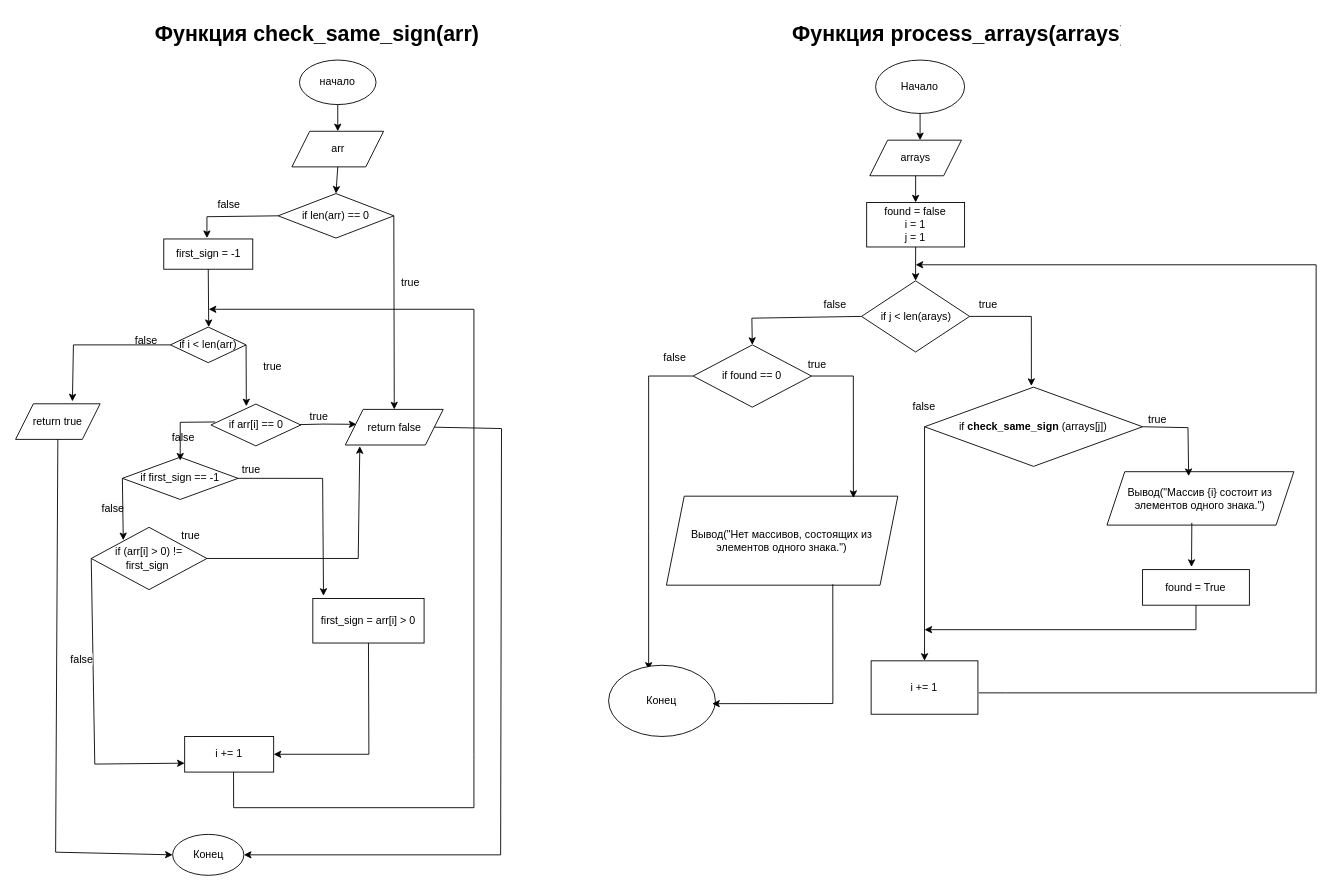
This is page "Диаграммы" (1 of 3) of Диаграммы + графы.drawio from marycheff/ISRPO, a draw.io file, before an edit. Source tidied: cells renumbered, new cells numbered last; positions are measured from the earlier drawing's top-left corner, leaving out a move shared by most shapes. Both pictures are drawn from the tidied source at 89%, with x=0, y=0 at pixel (15, 15).
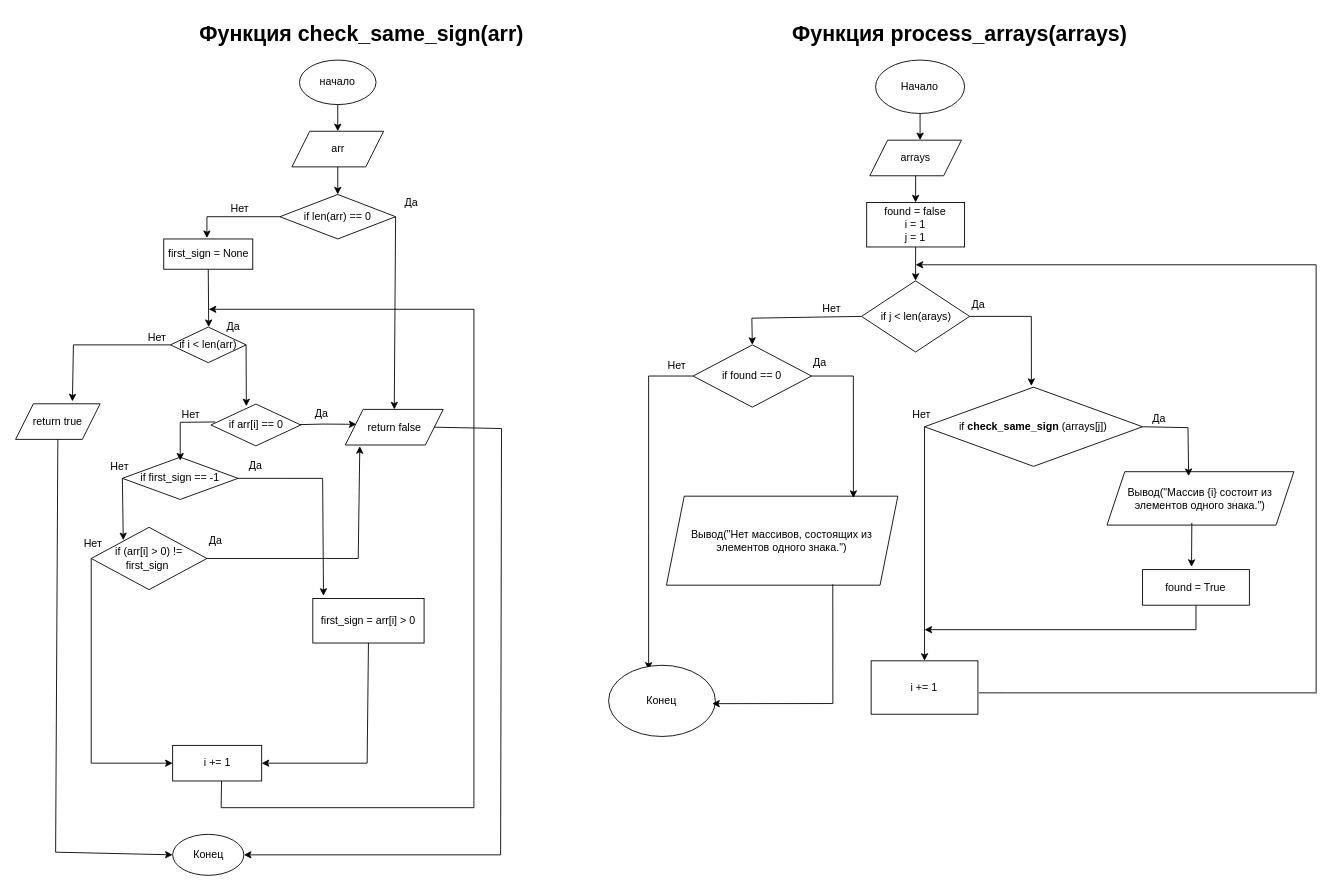
The same diagram, later.

The change refers to these unchanged cells:
```xml
<mxCell id="12" value="first_sign = arr[i] &amp;gt; 0" style="rounded=0;whiteSpace=wrap;html=1;" parent="1" vertex="1">
  <mxGeometry x="334" y="655" width="125" height="50" as="geometry" />
</mxCell>
<mxCell id="13" value="if (arr[i] &amp;gt; 0) != first_sign&amp;nbsp;" style="rhombus;whiteSpace=wrap;html=1;" parent="1" vertex="1">
  <mxGeometry x="85" y="575" width="130" height="70" as="geometry" />
</mxCell>
```

The edit, as a diff of the source:
```diff
@@
     <mxCell id="4" value="if len(arr) == 0" style="rhombus;whiteSpace=wrap;html=1;" parent="1" vertex="1">
-      <mxGeometry x="295" y="200" width="130" height="50" as="geometry" />
+      <mxGeometry x="297" y="201" width="130" height="50" as="geometry" />
     </mxCell>
@@
-    <mxCell id="6" value="true" style="text;html=1;align=center;verticalAlign=middle;whiteSpace=wrap;rounded=0;" parent="1" vertex="1">
-      <mxGeometry x="413.5" y="285" width="60" height="30" as="geometry" />
-    </mxCell>
-    <mxCell id="7" value="first_sign = -1" style="rounded=0;whiteSpace=wrap;html=1;" parent="1" vertex="1">
+    <mxCell id="7" value="first_sign = None" style="rounded=0;whiteSpace=wrap;html=1;" parent="1" vertex="1">
       <mxGeometry x="166.5" y="251" width="100" height="34" as="geometry" />
     </mxCell>
@@
-    <mxCell id="9" value="true" style="text;html=1;align=center;verticalAlign=middle;whiteSpace=wrap;rounded=0;" parent="1" vertex="1">
-      <mxGeometry x="310.5" y="436.2" width="60" height="30" as="geometry" />
-    </mxCell>
@@
-    <mxCell id="15" value="true" style="text;html=1;align=center;verticalAlign=middle;whiteSpace=wrap;rounded=0;" parent="1" vertex="1">
-      <mxGeometry x="166.5" y="570" width="60" height="30" as="geometry" />
-    </mxCell>
     <mxCell id="16" value="i += 1" style="rounded=0;whiteSpace=wrap;html=1;" parent="1" vertex="1">
-      <mxGeometry x="190" y="810" width="100" height="40" as="geometry" />
+      <mxGeometry x="176.5" y="820" width="100" height="40" as="geometry" />
     </mxCell>
@@
-    <mxCell id="19" value="true" style="text;html=1;align=center;verticalAlign=middle;whiteSpace=wrap;rounded=0;" parent="1" vertex="1">
-      <mxGeometry x="259" y="380" width="60" height="30" as="geometry" />
+    <mxCell id="19" value="Да" style="text;html=1;align=center;verticalAlign=middle;whiteSpace=wrap;rounded=0;" parent="1" vertex="1">
+      <mxGeometry x="235" y="340" width="20" height="20" as="geometry" />
     </mxCell>
@@
-    <mxCell id="23" value="false" style="text;html=1;align=center;verticalAlign=middle;whiteSpace=wrap;rounded=0;" parent="1" vertex="1">
-      <mxGeometry x="116.5" y="350" width="60" height="30" as="geometry" />
-    </mxCell>
-    <mxCell id="24" value="&lt;span style=&quot;color: rgb(0, 0, 0); font-family: Helvetica; font-size: 12px; font-style: normal; font-variant-ligatures: normal; font-variant-caps: normal; font-weight: 400; letter-spacing: normal; orphans: 2; text-align: center; text-indent: 0px; text-transform: none; widows: 2; word-spacing: 0px; -webkit-text-stroke-width: 0px; white-space: normal; background-color: rgb(251, 251, 251); text-decoration-thickness: initial; text-decoration-style: initial; text-decoration-color: initial; display: inline !important; float: none;&quot;&gt;false&lt;/span&gt;" style="text;whiteSpace=wrap;html=1;" parent="1" vertex="1">
-      <mxGeometry x="95" y="540" width="60" height="40" as="geometry" />
+    <mxCell id="24" value="Нет" style="text;whiteSpace=wrap;html=1;" parent="1" vertex="1">
+      <mxGeometry x="105" y="492.5" width="30" height="20" as="geometry" />
     </mxCell>
-    <mxCell id="25" value="&lt;span style=&quot;color: rgb(0, 0, 0); font-family: Helvetica; font-size: 12px; font-style: normal; font-variant-ligatures: normal; font-variant-caps: normal; font-weight: 400; letter-spacing: normal; orphans: 2; text-align: center; text-indent: 0px; text-transform: none; widows: 2; word-spacing: 0px; -webkit-text-stroke-width: 0px; white-space: normal; background-color: rgb(251, 251, 251); text-decoration-thickness: initial; text-decoration-style: initial; text-decoration-color: initial; display: inline !important; float: none;&quot;&gt;false&lt;/span&gt;" style="text;whiteSpace=wrap;html=1;" parent="1" vertex="1">
-      <mxGeometry x="174" y="460" width="60" height="40" as="geometry" />
-    </mxCell>
@@
     <mxCell id="29" style="endArrow=classic;html=1;rounded=0;exitX=0.5;exitY=1;exitDx=0;exitDy=0;entryX=1;entryY=0.5;entryDx=0;entryDy=0;" parent="1" edge="1" source="12" target="16">
       <mxGeometry relative="1" as="geometry">
         <Array as="points">
-          <mxPoint x="397" y="830" />
+          <mxPoint x="395" y="840" />
         </Array>
       </mxGeometry>
     </mxCell>
-    <mxCell id="30" style="endArrow=classic;html=1;rounded=0;exitX=0;exitY=0.5;exitDx=0;exitDy=0;entryX=0;entryY=0.75;entryDx=0;entryDy=0;" parent="1" edge="1" source="13" target="16">
+    <mxCell id="30" style="endArrow=classic;html=1;rounded=0;exitX=0;exitY=0.5;exitDx=0;exitDy=0;entryX=0;entryY=0.5;entryDx=0;entryDy=0;" parent="1" edge="1" source="13" target="16">
       <mxGeometry relative="1" as="geometry">
         <Array as="points">
-          <mxPoint x="89" y="841" />
+          <mxPoint x="85" y="840" />
         </Array>
       </mxGeometry>
     </mxCell>
-    <mxCell id="31" value="&lt;span style=&quot;color: rgb(0, 0, 0); font-family: Helvetica; font-size: 12px; font-style: normal; font-variant-ligatures: normal; font-variant-caps: normal; font-weight: 400; letter-spacing: normal; orphans: 2; text-align: center; text-indent: 0px; text-transform: none; widows: 2; word-spacing: 0px; -webkit-text-stroke-width: 0px; white-space: normal; background-color: rgb(251, 251, 251); text-decoration-thickness: initial; text-decoration-style: initial; text-decoration-color: initial; display: inline !important; float: none;&quot;&gt;false&lt;/span&gt;" style="text;whiteSpace=wrap;html=1;" parent="1" vertex="1">
-      <mxGeometry x="60" y="710" width="60" height="40" as="geometry" />
-    </mxCell>
     <mxCell id="32" style="endArrow=none;html=1;rounded=0;exitX=0.549;exitY=1.002;exitDx=0;exitDy=0;exitPerimeter=0;" parent="1" edge="1" source="16">
       <mxGeometry relative="1" as="geometry">
         <mxPoint x="515" y="830" as="targetPoint" />
         <Array as="points">
-          <mxPoint x="245" y="890" />
+          <mxPoint x="231" y="890" />
           <mxPoint x="515" y="890" />
         </Array>
       </mxGeometry>
     </mxCell>
@@
-    <mxCell id="37" value="false" style="text;html=1;align=center;verticalAlign=middle;whiteSpace=wrap;rounded=0;" parent="1" vertex="1">
-      <mxGeometry x="210" y="198" width="60" height="30" as="geometry" />
-    </mxCell>
@@
-    <mxCell id="40" value="true" style="text;html=1;align=center;verticalAlign=middle;whiteSpace=wrap;rounded=0;" parent="1" vertex="1">
-      <mxGeometry x="235" y="496.2" width="60" height="30" as="geometry" />
-    </mxCell>
     <mxCell id="41" value="&lt;h1 style=&quot;margin-top: 0px;&quot;&gt;Функция&amp;nbsp;check_same_sign(arr)&lt;/h1&gt;" style="text;html=1;whiteSpace=wrap;overflow=hidden;rounded=0;" parent="1" vertex="1">
-      <mxGeometry x="155" width="371" height="80" as="geometry" />
+      <mxGeometry x="205" width="371" height="80" as="geometry" />
     </mxCell>
@@
-    <mxCell id="65" value="true" style="text;html=1;align=center;verticalAlign=middle;whiteSpace=wrap;rounded=0;" parent="1" vertex="1">
-      <mxGeometry x="1062.8" y="310" width="60" height="30" as="geometry" />
-    </mxCell>
-    <mxCell id="66" value="&lt;span style=&quot;color: rgb(0, 0, 0); font-family: Helvetica; font-size: 12px; font-style: normal; font-variant-ligatures: normal; font-variant-caps: normal; font-weight: 400; letter-spacing: normal; orphans: 2; text-align: center; text-indent: 0px; text-transform: none; widows: 2; word-spacing: 0px; -webkit-text-stroke-width: 0px; white-space: normal; background-color: rgb(251, 251, 251); text-decoration-thickness: initial; text-decoration-style: initial; text-decoration-color: initial; display: inline !important; float: none;&quot;&gt;true&lt;/span&gt;" style="text;whiteSpace=wrap;html=1;" parent="1" vertex="1">
-      <mxGeometry x="1271.3" y="440" width="50" height="40" as="geometry" />
-    </mxCell>
@@
-    <mxCell id="72" value="true" style="text;html=1;align=center;verticalAlign=middle;whiteSpace=wrap;rounded=0;" parent="1" vertex="1">
-      <mxGeometry x="871.3" y="378" width="60" height="30" as="geometry" />
-    </mxCell>
@@
-    <mxCell id="76" value="false" style="text;html=1;align=center;verticalAlign=middle;whiteSpace=wrap;rounded=0;" parent="1" vertex="1">
-      <mxGeometry x="711.3" y="370" width="60" height="30" as="geometry" />
-    </mxCell>
-    <mxCell id="77" value="false" style="text;html=1;align=center;verticalAlign=middle;whiteSpace=wrap;rounded=0;" parent="1" vertex="1">
-      <mxGeometry x="991.3" y="425" width="60" height="30" as="geometry" />
-    </mxCell>
-    <mxCell id="78" value="false" style="text;html=1;align=center;verticalAlign=middle;whiteSpace=wrap;rounded=0;" parent="1" vertex="1">
-      <mxGeometry x="891.3" y="310" width="60" height="30" as="geometry" />
-    </mxCell>
     <mxCell id="79" value="&lt;h1 style=&quot;margin-top: 0px;&quot;&gt;Функция&amp;nbsp;process_arrays(arrays)&lt;/h1&gt;" style="text;html=1;whiteSpace=wrap;overflow=hidden;rounded=0;" parent="1" vertex="1">
-      <mxGeometry x="871.3" width="371" height="80" as="geometry" />
+      <mxGeometry x="871.3" width="403.7" height="80" as="geometry" />
     </mxCell>
+    <mxCell id="80" value="Нет" style="text;whiteSpace=wrap;html=1;" parent="1" vertex="1">
+      <mxGeometry x="146.5" y="348" width="30" height="20" as="geometry" />
+    </mxCell>
+    <mxCell id="81" value="Нет" style="text;whiteSpace=wrap;html=1;" parent="1" vertex="1">
+      <mxGeometry x="240" y="203" width="30" height="20" as="geometry" />
+    </mxCell>
+    <mxCell id="82" value="Нет" style="text;whiteSpace=wrap;html=1;" parent="1" vertex="1">
+      <mxGeometry x="75" y="580" width="30" height="20" as="geometry" />
+    </mxCell>
+    <mxCell id="83" value="Нет" style="text;whiteSpace=wrap;html=1;" parent="1" vertex="1">
+      <mxGeometry x="185" y="435" width="30" height="20" as="geometry" />
+    </mxCell>
+    <mxCell id="84" value="Да" style="text;html=1;align=center;verticalAlign=middle;whiteSpace=wrap;rounded=0;" parent="1" vertex="1">
+      <mxGeometry x="334" y="436.5" width="20" height="20" as="geometry" />
+    </mxCell>
+    <mxCell id="85" value="Да" style="text;html=1;align=center;verticalAlign=middle;whiteSpace=wrap;rounded=0;" parent="1" vertex="1">
+      <mxGeometry x="260" y="496.2" width="20" height="20" as="geometry" />
+    </mxCell>
+    <mxCell id="86" value="Да" style="text;html=1;align=center;verticalAlign=middle;whiteSpace=wrap;rounded=0;" parent="1" vertex="1">
+      <mxGeometry x="215" y="580" width="20" height="20" as="geometry" />
+    </mxCell>
+    <mxCell id="87" value="Да" style="text;html=1;align=center;verticalAlign=middle;whiteSpace=wrap;rounded=0;" parent="1" vertex="1">
+      <mxGeometry x="435" y="201" width="20" height="20" as="geometry" />
+    </mxCell>
+    <mxCell id="88" value="Да" style="text;html=1;align=center;verticalAlign=middle;whiteSpace=wrap;rounded=0;" parent="1" vertex="1">
+      <mxGeometry x="1072" y="315" width="20" height="20" as="geometry" />
+    </mxCell>
+    <mxCell id="89" value="Да" style="text;html=1;align=center;verticalAlign=middle;whiteSpace=wrap;rounded=0;" parent="1" vertex="1">
+      <mxGeometry x="894.3" y="380" width="20" height="20" as="geometry" />
+    </mxCell>
+    <mxCell id="90" value="Да" style="text;html=1;align=center;verticalAlign=middle;whiteSpace=wrap;rounded=0;" parent="1" vertex="1">
+      <mxGeometry x="1275" y="442.5" width="20" height="20" as="geometry" />
+    </mxCell>
+    <mxCell id="91" value="Нет" style="text;whiteSpace=wrap;html=1;" parent="1" vertex="1">
+      <mxGeometry x="731.3" y="380" width="30" height="20" as="geometry" />
+    </mxCell>
+    <mxCell id="92" value="Нет" style="text;whiteSpace=wrap;html=1;" parent="1" vertex="1">
+      <mxGeometry x="905" y="315" width="30" height="20" as="geometry" />
+    </mxCell>
+    <mxCell id="93" value="Нет" style="text;whiteSpace=wrap;html=1;" parent="1" vertex="1">
+      <mxGeometry x="1006.3" y="435" width="30" height="20" as="geometry" />
+    </mxCell>
```
